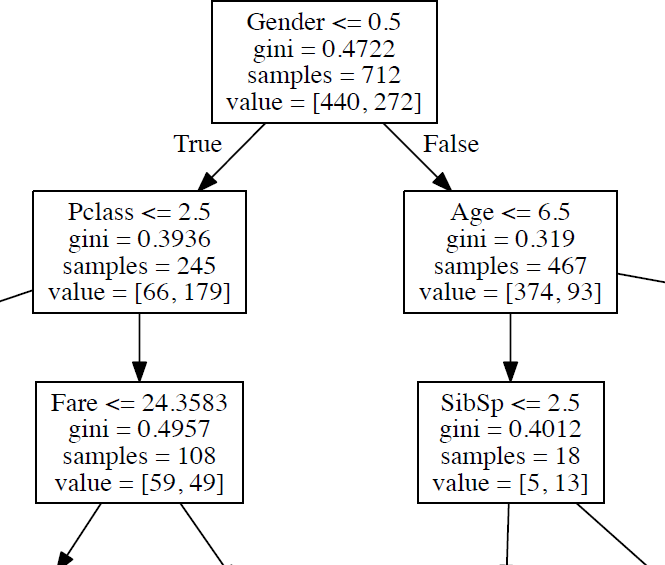
This is images/tree.png from BasStraathof/ML-project-titanic, a Graphviz export, as it was before one commit. Its source is kept beside it as tree.dot.
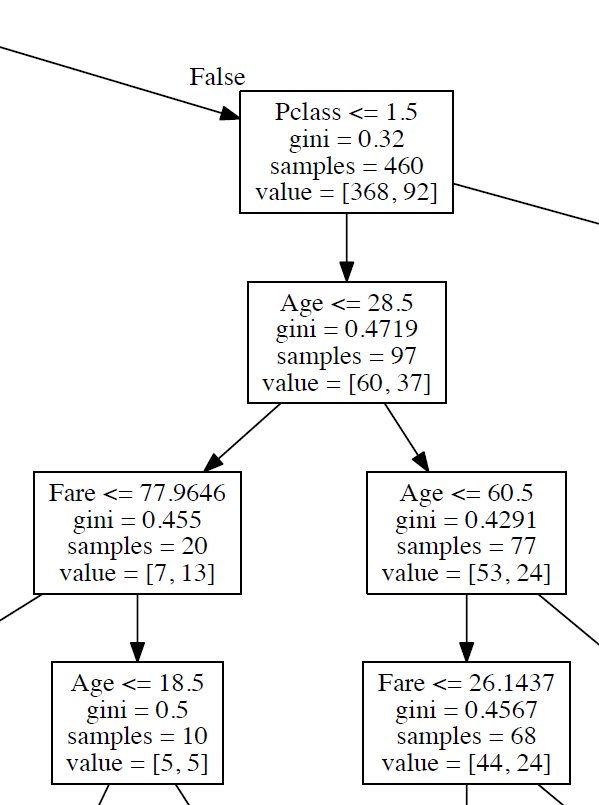
Above is the later version.

Change to the diagram source:
```diff
@@ -1,168 +1,132 @@
 digraph Tree {
 node [shape=box] ;
-0 [label="Gender <= 0.5\ngini = 0.4722\nsamples = 712\nvalue = [440, 272]"] ;
-1 [label="Pclass <= 2.5\ngini = 0.3936\nsamples = 245\nvalue = [66, 179]"] ;
+0 [label="Gender <= 0.5\ngini = 0.4778\nsamples = 712\nvalue = [431, 281]"] ;
+1 [label="Pclass <= 2.5\ngini = 0.375\nsamples = 252\nvalue = [63, 189]"] ;
 0 -> 1 [labeldistance=2.5, labelangle=45, headlabel="True"] ;
-2 [label="Age <= 3.0\ngini = 0.097\nsamples = 137\nvalue = [7, 130]"] ;
+2 [label="Fare <= 28.8563\ngini = 0.0976\nsamples = 136\nvalue = [7, 129]"] ;
 1 -> 2 ;
-3 [label="gini = 0.5\nsamples = 2\nvalue = [1, 1]"] ;
+3 [label="Age <= 37.0\ngini = 0.1748\nsamples = 62\nvalue = [6, 56]"] ;
 2 -> 3 ;
-4 [label="Fare <= 26.125\ngini = 0.0849\nsamples = 135\nvalue = [6, 129]"] ;
-2 -> 4 ;
-5 [label="Age <= 56.0\ngini = 0.2227\nsamples = 47\nvalue = [6, 41]"] ;
+4 [label="Age <= 26.5\ngini = 0.0887\nsamples = 43\nvalue = [2, 41]"] ;
+3 -> 4 ;
+5 [label="Age <= 23.5\ngini = 0.1653\nsamples = 22\nvalue = [2, 20]"] ;
 4 -> 5 ;
-6 [label="SibSp <= 0.5\ngini = 0.1938\nsamples = 46\nvalue = [5, 41]"] ;
+6 [label="gini = 0.0\nsamples = 14\nvalue = [0, 14]"] ;
 5 -> 6 ;
-7 [label="Fare <= 13.25\ngini = 0.1139\nsamples = 33\nvalue = [2, 31]"] ;
-6 -> 7 ;
-8 [label="gini = 0.18\nsamples = 20\nvalue = [2, 18]"] ;
-7 -> 8 ;
-9 [label="gini = 0.0\nsamples = 13\nvalue = [0, 13]"] ;
-7 -> 9 ;
-10 [label="Age <= 25.0\ngini = 0.355\nsamples = 13\nvalue = [3, 10]"] ;
-6 -> 10 ;
-11 [label="gini = 0.0\nsamples = 4\nvalue = [0, 4]"] ;
-10 -> 11 ;
-12 [label="gini = 0.4444\nsamples = 9\nvalue = [3, 6]"] ;
-10 -> 12 ;
-13 [label="gini = 0.0\nsamples = 1\nvalue = [1, 0]"] ;
-5 -> 13 ;
-14 [label="gini = 0.0\nsamples = 88\nvalue = [0, 88]"] ;
-4 -> 14 ;
-15 [label="Fare <= 24.3583\ngini = 0.4957\nsamples = 108\nvalue = [59, 49]"] ;
-1 -> 15 ;
-16 [label="Embarked_S <= 0.5\ngini = 0.4979\nsamples = 92\nvalue = [43, 49]"] ;
-15 -> 16 ;
-17 [label="Age <= 30.0996\ngini = 0.455\nsamples = 40\nvalue = [14, 26]"] ;
-16 -> 17 ;
-18 [label="Fare <= 15.3729\ngini = 0.4178\nsamples = 37\nvalue = [11, 26]"] ;
+7 [label="gini = 0.375\nsamples = 8\nvalue = [2, 6]"] ;
+5 -> 7 ;
+8 [label="gini = 0.0\nsamples = 21\nvalue = [0, 21]"] ;
+4 -> 8 ;
+9 [label="Fare <= 13.25\ngini = 0.3324\nsamples = 19\nvalue = [4, 15]"] ;
+3 -> 9 ;
+10 [label="gini = 0.4444\nsamples = 6\nvalue = [2, 4]"] ;
+9 -> 10 ;
+11 [label="Fare <= 25.9646\ngini = 0.2604\nsamples = 13\nvalue = [2, 11]"] ;
+9 -> 11 ;
+12 [label="gini = 0.0\nsamples = 6\nvalue = [0, 6]"] ;
+11 -> 12 ;
+13 [label="gini = 0.4082\nsamples = 7\nvalue = [2, 5]"] ;
+11 -> 13 ;
+14 [label="Parch <= 1.5\ngini = 0.0267\nsamples = 74\nvalue = [1, 73]"] ;
+2 -> 14 ;
+15 [label="gini = 0.0\nsamples = 65\nvalue = [0, 65]"] ;
+14 -> 15 ;
+16 [label="gini = 0.1975\nsamples = 9\nvalue = [1, 8]"] ;
+14 -> 16 ;
+17 [label="Fare <= 22.9042\ngini = 0.4994\nsamples = 116\nvalue = [56, 60]"] ;
+1 -> 17 ;
+18 [label="Fare <= 7.8875\ngini = 0.4808\nsamples = 97\nvalue = [39, 58]"] ;
 17 -> 18 ;
-19 [label="Fare <= 13.9354\ngini = 0.4709\nsamples = 29\nvalue = [11, 18]"] ;
+19 [label="Fare <= 7.5896\ngini = 0.3599\nsamples = 34\nvalue = [8, 26]"] ;
 18 -> 19 ;
-20 [label="gini = 0.3628\nsamples = 21\nvalue = [5, 16]"] ;
+20 [label="gini = 0.0\nsamples = 7\nvalue = [0, 7]"] ;
 19 -> 20 ;
-21 [label="gini = 0.375\nsamples = 8\nvalue = [6, 2]"] ;
+21 [label="Fare <= 7.8021\ngini = 0.417\nsamples = 27\nvalue = [8, 19]"] ;
 19 -> 21 ;
-22 [label="gini = 0.0\nsamples = 8\nvalue = [0, 8]"] ;
-18 -> 22 ;
-23 [label="gini = 0.0\nsamples = 3\nvalue = [3, 0]"] ;
-17 -> 23 ;
-24 [label="Fare <= 7.7\ngini = 0.4933\nsamples = 52\nvalue = [29, 23]"] ;
-16 -> 24 ;
-25 [label="Age <= 26.3496\ngini = 0.32\nsamples = 5\nvalue = [1, 4]"] ;
+22 [label="gini = 0.48\nsamples = 20\nvalue = [8, 12]"] ;
+21 -> 22 ;
+23 [label="gini = 0.0\nsamples = 7\nvalue = [0, 7]"] ;
+21 -> 23 ;
+24 [label="Fare <= 15.3729\ngini = 0.4999\nsamples = 63\nvalue = [31, 32]"] ;
+18 -> 24 ;
+25 [label="Age <= 27.5\ngini = 0.4734\nsamples = 39\nvalue = [24, 15]"] ;
 24 -> 25 ;
-26 [label="gini = 0.0\nsamples = 4\nvalue = [0, 4]"] ;
+26 [label="gini = 0.4991\nsamples = 23\nvalue = [11, 12]"] ;
 25 -> 26 ;
-27 [label="gini = 0.0\nsamples = 1\nvalue = [1, 0]"] ;
+27 [label="gini = 0.3047\nsamples = 16\nvalue = [13, 3]"] ;
 25 -> 27 ;
-28 [label="Fare <= 11.4958\ngini = 0.4817\nsamples = 47\nvalue = [28, 19]"] ;
+28 [label="Age <= 29.3496\ngini = 0.4132\nsamples = 24\nvalue = [7, 17]"] ;
 24 -> 28 ;
-29 [label="Fare <= 7.9875\ngini = 0.4082\nsamples = 28\nvalue = [20, 8]"] ;
+29 [label="gini = 0.497\nsamples = 13\nvalue = [6, 7]"] ;
 28 -> 29 ;
-30 [label="gini = 0.497\nsamples = 13\nvalue = [7, 6]"] ;
-29 -> 30 ;
-31 [label="gini = 0.2311\nsamples = 15\nvalue = [13, 2]"] ;
-29 -> 31 ;
-32 [label="Fare <= 17.6\ngini = 0.4875\nsamples = 19\nvalue = [8, 11]"] ;
-28 -> 32 ;
-33 [label="gini = 0.32\nsamples = 10\nvalue = [2, 8]"] ;
-32 -> 33 ;
-34 [label="gini = 0.4444\nsamples = 9\nvalue = [6, 3]"] ;
-32 -> 34 ;
-35 [label="gini = 0.0\nsamples = 16\nvalue = [16, 0]"] ;
-15 -> 35 ;
-36 [label="Age <= 6.5\ngini = 0.319\nsamples = 467\nvalue = [374, 93]"] ;
-0 -> 36 [labeldistance=2.5, labelangle=-45, headlabel="False"] ;
-37 [label="SibSp <= 2.5\ngini = 0.4012\nsamples = 18\nvalue = [5, 13]"] ;
+30 [label="gini = 0.1653\nsamples = 11\nvalue = [1, 10]"] ;
+28 -> 30 ;
+31 [label="SibSp <= 1.5\ngini = 0.1884\nsamples = 19\nvalue = [17, 2]"] ;
+17 -> 31 ;
+32 [label="gini = 0.3457\nsamples = 9\nvalue = [7, 2]"] ;
+31 -> 32 ;
+33 [label="gini = 0.0\nsamples = 10\nvalue = [10, 0]"] ;
+31 -> 33 ;
+34 [label="Pclass <= 1.5\ngini = 0.32\nsamples = 460\nvalue = [368, 92]"] ;
+0 -> 34 [labeldistance=2.5, labelangle=-45, headlabel="False"] ;
+35 [label="Age <= 28.5\ngini = 0.4719\nsamples = 97\nvalue = [60, 37]"] ;
+34 -> 35 ;
+36 [label="Fare <= 77.9646\ngini = 0.455\nsamples = 20\nvalue = [7, 13]"] ;
+35 -> 36 ;
+37 [label="Fare <= 50.1\ngini = 0.32\nsamples = 10\nvalue = [2, 8]"] ;
 36 -> 37 ;
-38 [label="gini = 0.0\nsamples = 13\nvalue = [0, 13]"] ;
+38 [label="gini = 0.32\nsamples = 5\nvalue = [1, 4]"] ;
 37 -> 38 ;
-39 [label="gini = 0.0\nsamples = 5\nvalue = [5, 0]"] ;
+39 [label="gini = 0.32\nsamples = 5\nvalue = [1, 4]"] ;
 37 -> 39 ;
-40 [label="Pclass <= 1.5\ngini = 0.2929\nsamples = 449\nvalue = [369, 80]"] ;
+40 [label="Age <= 18.5\ngini = 0.5\nsamples = 10\nvalue = [5, 5]"] ;
 36 -> 40 ;
-41 [label="Age <= 53.0\ngini = 0.4669\nsamples = 105\nvalue = [66, 39]"] ;
+41 [label="gini = 0.32\nsamples = 5\nvalue = [1, 4]"] ;
 40 -> 41 ;
-42 [label="Fare <= 26.1437\ngini = 0.4898\nsamples = 84\nvalue = [48, 36]"] ;
-41 -> 42 ;
-43 [label="gini = 0.0\nsamples = 7\nvalue = [7, 0]"] ;
-42 -> 43 ;
-44 [label="Fare <= 27.1354\ngini = 0.4979\nsamples = 77\nvalue = [41, 36]"] ;
-42 -> 44 ;
-45 [label="Age <= 43.5\ngini = 0.1653\nsamples = 11\nvalue = [1, 10]"] ;
+42 [label="gini = 0.32\nsamples = 5\nvalue = [4, 1]"] ;
+40 -> 42 ;
+43 [label="Age <= 60.5\ngini = 0.4291\nsamples = 77\nvalue = [53, 24]"] ;
+35 -> 43 ;
+44 [label="Fare <= 26.1437\ngini = 0.4567\nsamples = 68\nvalue = [44, 24]"] ;
+43 -> 44 ;
+45 [label="gini = 0.0\nsamples = 7\nvalue = [7, 0]"] ;
 44 -> 45 ;
-46 [label="gini = 0.0\nsamples = 7\nvalue = [0, 7]"] ;
-45 -> 46 ;
-47 [label="gini = 0.375\nsamples = 4\nvalue = [1, 3]"] ;
-45 -> 47 ;
-48 [label="Fare <= 29.1\ngini = 0.4775\nsamples = 66\nvalue = [40, 26]"] ;
-44 -> 48 ;
-49 [label="gini = 0.0\nsamples = 5\nvalue = [5, 0]"] ;
-48 -> 49 ;
-50 [label="gini = 0.4891\nsamples = 61\nvalue = [35, 26]"] ;
-48 -> 50 ;
-51 [label="Age <= 75.5\ngini = 0.2449\nsamples = 21\nvalue = [18, 3]"] ;
-41 -> 51 ;
-52 [label="Embarked_C <= 0.5\ngini = 0.18\nsamples = 20\nvalue = [18, 2]"] ;
+46 [label="Fare <= 27.1354\ngini = 0.4773\nsamples = 61\nvalue = [37, 24]"] ;
+44 -> 46 ;
+47 [label="gini = 0.4628\nsamples = 11\nvalue = [4, 7]"] ;
+46 -> 47 ;
+48 [label="gini = 0.4488\nsamples = 50\nvalue = [33, 17]"] ;
+46 -> 48 ;
+49 [label="gini = 0.0\nsamples = 9\nvalue = [9, 0]"] ;
+43 -> 49 ;
+50 [label="Age <= 9.5\ngini = 0.2571\nsamples = 363\nvalue = [308, 55]"] ;
+34 -> 50 ;
+51 [label="SibSp <= 2.0\ngini = 0.4959\nsamples = 22\nvalue = [10, 12]"] ;
+50 -> 51 ;
+52 [label="gini = 0.0\nsamples = 12\nvalue = [0, 12]"] ;
 51 -> 52 ;
-53 [label="gini = 0.0\nsamples = 12\nvalue = [12, 0]"] ;
-52 -> 53 ;
-54 [label="SibSp <= 0.5\ngini = 0.375\nsamples = 8\nvalue = [6, 2]"] ;
-52 -> 54 ;
-55 [label="gini = 0.2449\nsamples = 7\nvalue = [6, 1]"] ;
+53 [label="gini = 0.0\nsamples = 10\nvalue = [10, 0]"] ;
+51 -> 53 ;
+54 [label="Fare <= 51.6979\ngini = 0.2204\nsamples = 341\nvalue = [298, 43]"] ;
+50 -> 54 ;
+55 [label="Fare <= 7.7459\ngini = 0.2054\nsamples = 327\nvalue = [289, 38]"] ;
 54 -> 55 ;
-56 [label="gini = 0.0\nsamples = 1\nvalue = [0, 1]"] ;
-54 -> 56 ;
-57 [label="gini = 0.0\nsamples = 1\nvalue = [0, 1]"] ;
-51 -> 57 ;
-58 [label="Embarked_C <= 0.5\ngini = 0.21\nsamples = 344\nvalue = [303, 41]"] ;
-40 -> 58 ;
-59 [label="Fare <= 51.6979\ngini = 0.1906\nsamples = 300\nvalue = [268, 32]"] ;
-58 -> 59 ;
-60 [label="Age <= 9.5\ngini = 0.18\nsamples = 290\nvalue = [261, 29]"] ;
+56 [label="Age <= 27.75\ngini = 0.0855\nsamples = 67\nvalue = [64, 3]"] ;
+55 -> 56 ;
+57 [label="gini = 0.1913\nsamples = 28\nvalue = [25, 3]"] ;
+56 -> 57 ;
+58 [label="gini = 0.0\nsamples = 39\nvalue = [39, 0]"] ;
+56 -> 58 ;
+59 [label="Embarked_C <= 0.5\ngini = 0.233\nsamples = 260\nvalue = [225, 35]"] ;
+55 -> 59 ;
+60 [label="gini = 0.2076\nsamples = 238\nvalue = [210, 28]"] ;
 59 -> 60 ;
-61 [label="SibSp <= 2.5\ngini = 0.4444\nsamples = 6\nvalue = [4, 2]"] ;
-60 -> 61 ;
-62 [label="gini = 0.0\nsamples = 2\nvalue = [0, 2]"] ;
-61 -> 62 ;
-63 [label="gini = 0.0\nsamples = 4\nvalue = [4, 0]"] ;
-61 -> 63 ;
-64 [label="Fare <= 13.25\ngini = 0.1721\nsamples = 284\nvalue = [257, 27]"] ;
-60 -> 64 ;
-65 [label="gini = 0.1945\nsamples = 229\nvalue = [204, 25]"] ;
-64 -> 65 ;
-66 [label="gini = 0.0701\nsamples = 55\nvalue = [53, 2]"] ;
-64 -> 66 ;
-67 [label="Fare <= 63.0229\ngini = 0.42\nsamples = 10\nvalue = [7, 3]"] ;
-59 -> 67 ;
-68 [label="Age <= 27.0\ngini = 0.48\nsamples = 5\nvalue = [2, 3]"] ;
-67 -> 68 ;
-69 [label="gini = 0.0\nsamples = 1\nvalue = [0, 1]"] ;
-68 -> 69 ;
-70 [label="gini = 0.5\nsamples = 4\nvalue = [2, 2]"] ;
-68 -> 70 ;
-71 [label="gini = 0.0\nsamples = 5\nvalue = [5, 0]"] ;
-67 -> 71 ;
-72 [label="Fare <= 15.1479\ngini = 0.3254\nsamples = 44\nvalue = [35, 9]"] ;
-58 -> 72 ;
-73 [label="Age <= 22.5\ngini = 0.2449\nsamples = 35\nvalue = [30, 5]"] ;
-72 -> 73 ;
-74 [label="Age <= 17.5\ngini = 0.48\nsamples = 5\nvalue = [3, 2]"] ;
-73 -> 74 ;
-75 [label="gini = 0.0\nsamples = 1\nvalue = [1, 0]"] ;
-74 -> 75 ;
-76 [label="gini = 0.5\nsamples = 4\nvalue = [2, 2]"] ;
-74 -> 76 ;
-77 [label="Fare <= 7.2271\ngini = 0.18\nsamples = 30\nvalue = [27, 3]"] ;
-73 -> 77 ;
-78 [label="gini = 0.0\nsamples = 9\nvalue = [9, 0]"] ;
-77 -> 78 ;
-79 [label="gini = 0.2449\nsamples = 21\nvalue = [18, 3]"] ;
-77 -> 79 ;
-80 [label="Pclass <= 2.5\ngini = 0.4938\nsamples = 9\nvalue = [5, 4]"] ;
-72 -> 80 ;
-81 [label="gini = 0.0\nsamples = 5\nvalue = [5, 0]"] ;
-80 -> 81 ;
-82 [label="gini = 0.0\nsamples = 4\nvalue = [0, 4]"] ;
-80 -> 82 ;
+61 [label="gini = 0.4339\nsamples = 22\nvalue = [15, 7]"] ;
+59 -> 61 ;
+62 [label="Fare <= 63.0229\ngini = 0.4592\nsamples = 14\nvalue = [9, 5]"] ;
+54 -> 62 ;
+63 [label="gini = 0.4082\nsamples = 7\nvalue = [2, 5]"] ;
+62 -> 63 ;
+64 [label="gini = 0.0\nsamples = 7\nvalue = [7, 0]"] ;
+62 -> 64 ;
 }
```
